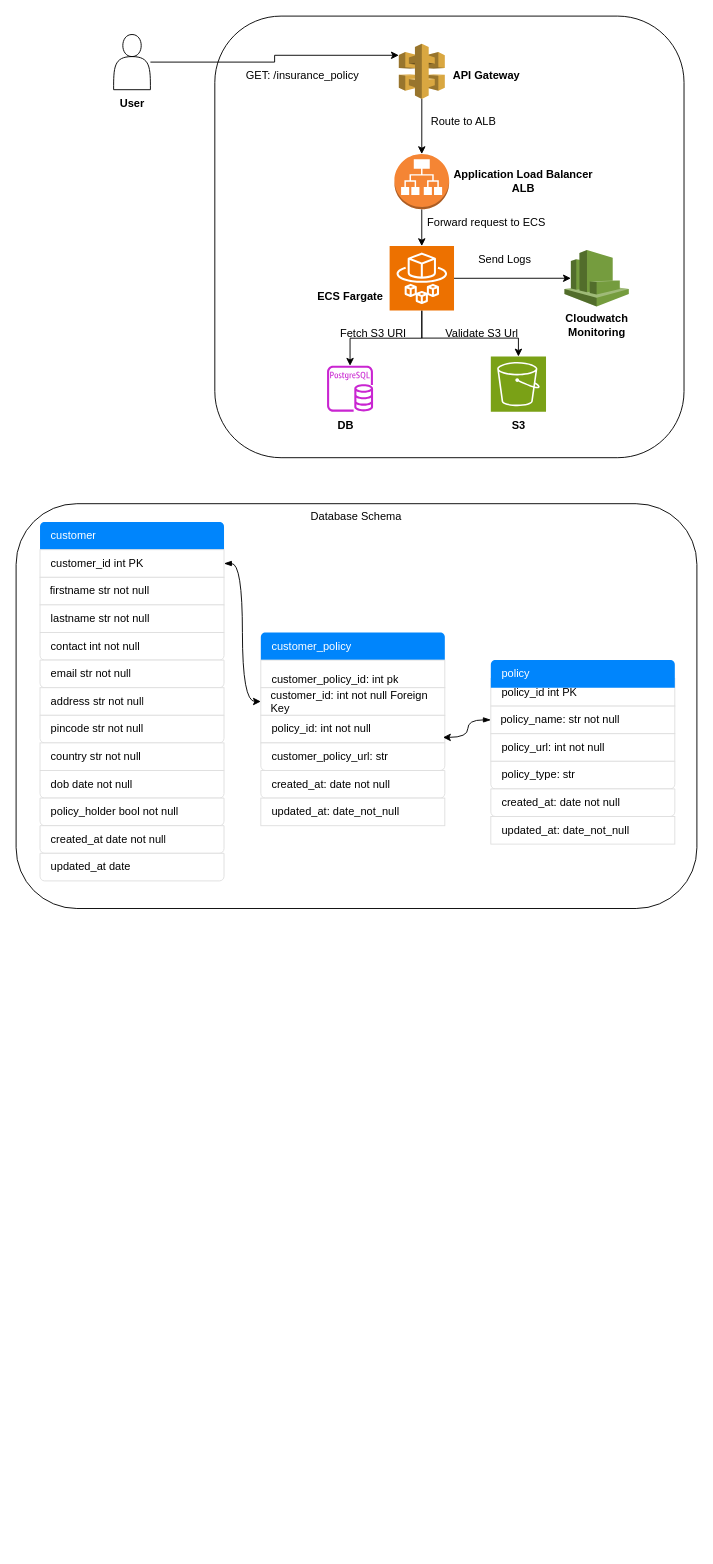
Earlier version of the draw.io diagram insurance-api.drawio (ashutoshkesarwani999/insurance-api). Source tidied: cells renumbered, new cells numbered last; positions are measured from the earlier drawing's top-left corner, leaving out a move shared by most shapes. Both pictures are drawn from the tidied source at 92%, with x=0, y=0 at pixel (16, 16).
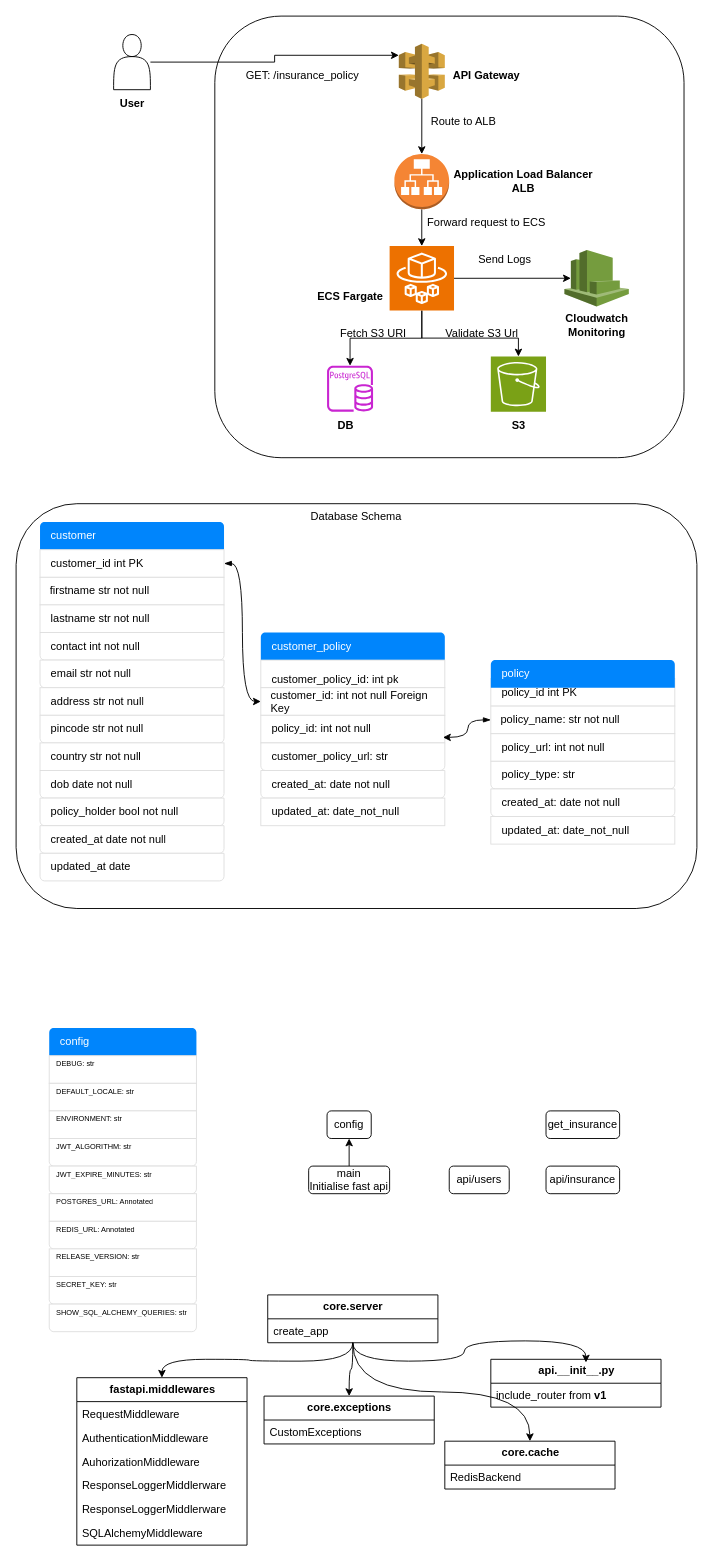
The same page after the edit.

Commit message:
docs: Added class Diagram

Diff of the diagram source:
```diff
@@
+    <mxCell id="62" style="swimlane;fontStyle=0;horizontal=1;startSize=0;whiteSpace=wrap;html=1;strokeColor=none;fillColor=none;spacing=1;fontSize=8;" parent="1" vertex="1">
+      <mxGeometry x="36" y="1100" width="160" height="330" as="geometry" />
+    </mxCell>
+    <mxCell id="63" value="config" style="text;strokeColor=none;fillColor=#0085FC;align=left;verticalAlign=middle;spacingLeft=10;spacingRight=10;overflow=hidden;whiteSpace=wrap;html=1;shape=mxgraph.bootstrap.topButton;rSize=5;fontColor=#ffffff;" parent="62" vertex="1">
+      <mxGeometry width="160" height="30" as="geometry" />
+    </mxCell>
+    <mxCell id="64" value="DEBUG: str" style="text;strokeColor=#DFDFDF;fillColor=#FFFFFF;align=left;verticalAlign=middle;spacingLeft=8;spacingRight=7;overflow=hidden;whiteSpace=wrap;html=1;rSize=5;fontColor=#000000;fontSize=8;spacing=0;spacingTop=-3;spacingBottom=9;" parent="62" vertex="1">
+      <mxGeometry y="30" width="160" height="30" as="geometry" />
+    </mxCell>
+    <mxCell id="65" value="DEFAULT_LOCALE: str" style="text;strokeColor=#DFDFDF;fillColor=#FFFFFF;align=left;verticalAlign=middle;spacingLeft=8;spacingRight=7;overflow=hidden;whiteSpace=wrap;html=1;rSize=5;fontColor=#000000;spacing=0;fontSize=8;spacingTop=-3;spacingBottom=9;" parent="62" vertex="1">
+      <mxGeometry y="60" width="160" height="30" as="geometry" />
+    </mxCell>
+    <mxCell id="66" value="ENVIRONMENT: str" style="text;strokeColor=#DFDFDF;fillColor=#FFFFFF;align=left;verticalAlign=middle;spacingLeft=8;spacingRight=7;overflow=hidden;whiteSpace=wrap;html=1;rSize=5;fontColor=#000000;fontSize=8;spacing=0;spacingTop=-3;spacingBottom=9;" parent="62" vertex="1">
+      <mxGeometry y="90" width="160" height="30" as="geometry" />
+    </mxCell>
+    <mxCell id="67" value="JWT_ALGORITHM: str" style="text;strokeColor=#DFDFDF;fillColor=#FFFFFF;align=left;verticalAlign=middle;spacingLeft=8;spacingRight=7;overflow=hidden;whiteSpace=wrap;html=1;shape=mxgraph.bootstrap.bottomButton;rSize=5;fontColor=#000000;fontSize=8;spacing=0;spacingTop=-3;spacingBottom=9;" parent="62" vertex="1">
+      <mxGeometry y="120" width="160" height="30" as="geometry" />
+    </mxCell>
+    <mxCell id="68" value="JWT_EXPIRE_MINUTES: str" style="text;strokeColor=#DFDFDF;fillColor=#FFFFFF;align=left;verticalAlign=middle;spacingLeft=8;spacingRight=7;overflow=hidden;whiteSpace=wrap;html=1;shape=mxgraph.bootstrap.bottomButton;rSize=5;fontColor=#000000;fontSize=8;spacing=0;spacingTop=-3;spacingBottom=9;" parent="62" vertex="1">
+      <mxGeometry y="150" width="160" height="30" as="geometry" />
+    </mxCell>
+    <mxCell id="69" value="POSTGRES_URL: Annotated" style="text;strokeColor=#DFDFDF;fillColor=#FFFFFF;align=left;verticalAlign=middle;spacingLeft=8;spacingRight=7;overflow=hidden;whiteSpace=wrap;html=1;rSize=5;fontColor=#000000;fontSize=8;spacing=0;spacingTop=-3;spacingBottom=9;" parent="62" vertex="1">
+      <mxGeometry y="180" width="160" height="30" as="geometry" />
+    </mxCell>
+    <mxCell id="70" value="REDIS_URL: Annotated" style="text;strokeColor=#DFDFDF;fillColor=#FFFFFF;align=left;verticalAlign=middle;spacingLeft=8;spacingRight=7;overflow=hidden;whiteSpace=wrap;html=1;shape=mxgraph.bootstrap.bottomButton;rSize=5;fontColor=#000000;fontSize=8;spacing=0;spacingTop=-3;spacingBottom=9;" parent="62" vertex="1">
+      <mxGeometry y="210" width="160" height="30" as="geometry" />
+    </mxCell>
+    <mxCell id="71" value="RELEASE_VERSION: str" style="text;strokeColor=#DFDFDF;fillColor=#FFFFFF;align=left;verticalAlign=middle;spacingLeft=8;spacingRight=7;overflow=hidden;whiteSpace=wrap;html=1;rSize=5;fontColor=#000000;fontSize=8;spacing=0;spacingTop=-3;spacingBottom=9;" parent="62" vertex="1">
+      <mxGeometry y="240" width="160" height="30" as="geometry" />
+    </mxCell>
+    <mxCell id="72" value="SECRET_KEY: str" style="text;strokeColor=#DFDFDF;fillColor=#FFFFFF;align=left;verticalAlign=middle;spacingLeft=8;spacingRight=7;overflow=hidden;whiteSpace=wrap;html=1;shape=mxgraph.bootstrap.bottomButton;rSize=5;fontColor=#000000;fontSize=8;spacing=0;spacingTop=-3;spacingBottom=9;" parent="62" vertex="1">
+      <mxGeometry y="270" width="160" height="30" as="geometry" />
+    </mxCell>
+    <mxCell id="73" value="SHOW_SQL_ALCHEMY_QUERIES: str" style="text;strokeColor=#DFDFDF;fillColor=#FFFFFF;align=left;verticalAlign=middle;spacingLeft=8;spacingRight=7;overflow=hidden;whiteSpace=wrap;html=1;shape=mxgraph.bootstrap.bottomButton;rSize=5;fontColor=#000000;fontSize=8;spacing=0;spacingTop=-3;spacingBottom=9;" parent="62" vertex="1">
+      <mxGeometry y="300" width="160" height="30" as="geometry" />
+    </mxCell>
+    <mxCell id="74" style="edgeStyle=orthogonalEdgeStyle;rounded=0;jettySize=auto;html=1;exitX=0.5;exitY=0;exitDx=0;exitDy=0;entryX=0.5;entryY=1;entryDx=0;entryDy=0;" parent="1" edge="1" source="75" target="76">
+      <mxGeometry relative="1" as="geometry" />
+    </mxCell>
+    <mxCell id="75" value="main&lt;br&gt;Initialise fast api" style="rounded=1;whiteSpace=wrap;html=1;" parent="1" vertex="1">
+      <mxGeometry x="318" y="1250" width="88" height="30" as="geometry" />
+    </mxCell>
+    <mxCell id="76" value="config" style="rounded=1;whiteSpace=wrap;html=1;" parent="1" vertex="1">
+      <mxGeometry x="338" y="1190" width="48" height="30" as="geometry" />
+    </mxCell>
+    <mxCell id="77" value="api/users" style="rounded=1;whiteSpace=wrap;html=1;" parent="1" vertex="1">
+      <mxGeometry x="470.8" y="1250" width="65.2" height="30" as="geometry" />
+    </mxCell>
+    <mxCell id="78" value="api/insurance" style="rounded=1;whiteSpace=wrap;html=1;" parent="1" vertex="1">
+      <mxGeometry x="576" y="1250" width="80" height="30" as="geometry" />
+    </mxCell>
+    <mxCell id="79" value="get_insurance" style="rounded=1;whiteSpace=wrap;html=1;" parent="1" vertex="1">
+      <mxGeometry x="576" y="1190" width="80" height="30" as="geometry" />
+    </mxCell>
+    <mxCell id="80" value="fastapi.middlewares" style="swimlane;fontStyle=1;horizontal=1;startSize=26;fillColor=none;html=1;" parent="1" vertex="1">
+      <mxGeometry x="66" y="1480" width="185" height="182" as="geometry" />
+    </mxCell>
+    <mxCell id="81" value="&lt;span style=&quot;text-align: center;&quot;&gt;RequestMiddleware&lt;/span&gt;" style="text;strokeColor=none;fillColor=none;align=left;verticalAlign=top;spacingLeft=4;spacingRight=4;overflow=hidden;whiteSpace=wrap;html=1;" parent="80" vertex="1">
+      <mxGeometry y="26" width="185" height="26" as="geometry" />
+    </mxCell>
+    <mxCell id="82" value="&lt;span style=&quot;text-align: center;&quot;&gt;AuthenticationMiddleware&lt;/span&gt;" style="text;strokeColor=none;fillColor=none;align=left;verticalAlign=top;spacingLeft=4;spacingRight=4;overflow=hidden;whiteSpace=wrap;html=1;" parent="80" vertex="1">
+      <mxGeometry y="52" width="185" height="26" as="geometry" />
+    </mxCell>
+    <mxCell id="83" value="&lt;span style=&quot;text-align: center;&quot;&gt;AuhorizationMiddleware&lt;/span&gt;" style="text;strokeColor=none;fillColor=none;align=left;verticalAlign=top;spacingLeft=4;spacingRight=4;overflow=hidden;whiteSpace=wrap;html=1;" parent="80" vertex="1">
+      <mxGeometry y="78" width="185" height="26" as="geometry" />
+    </mxCell>
+    <mxCell id="84" value="&lt;span style=&quot;text-align: center;&quot;&gt;ResponseLoggerMiddlerware&lt;/span&gt;" style="text;strokeColor=none;fillColor=none;align=left;verticalAlign=top;spacingLeft=4;spacingRight=4;overflow=hidden;whiteSpace=wrap;html=1;" parent="80" vertex="1">
+      <mxGeometry y="104" width="185" height="26" as="geometry" />
+    </mxCell>
+    <mxCell id="85" value="&lt;span style=&quot;text-align: center;&quot;&gt;ResponseLoggerMiddlerware&lt;/span&gt;" style="text;strokeColor=none;fillColor=none;align=left;verticalAlign=top;spacingLeft=4;spacingRight=4;overflow=hidden;whiteSpace=wrap;html=1;" parent="80" vertex="1">
+      <mxGeometry y="130" width="185" height="26" as="geometry" />
+    </mxCell>
+    <mxCell id="86" value="&lt;span style=&quot;text-align: center;&quot;&gt;SQLAlchemyMiddleware&lt;/span&gt;" style="text;strokeColor=none;fillColor=none;align=left;verticalAlign=top;spacingLeft=4;spacingRight=4;overflow=hidden;whiteSpace=wrap;html=1;" parent="80" vertex="1">
+      <mxGeometry y="156" width="185" height="26" as="geometry" />
+    </mxCell>
+    <mxCell id="87" value="core.cache" style="swimlane;fontStyle=1;horizontal=1;startSize=26;fillColor=none;html=1;" parent="1" vertex="1">
+      <mxGeometry x="466" y="1549" width="185" height="52" as="geometry" />
+    </mxCell>
+    <mxCell id="88" value="RedisBackend" style="text;strokeColor=none;fillColor=none;align=left;verticalAlign=top;spacingLeft=4;spacingRight=4;overflow=hidden;whiteSpace=wrap;html=1;" parent="87" vertex="1">
+      <mxGeometry y="26" width="185" height="26" as="geometry" />
+    </mxCell>
+    <mxCell id="89" value="core.exceptions" style="swimlane;fontStyle=1;horizontal=1;startSize=26;fillColor=none;html=1;" parent="1" vertex="1">
+      <mxGeometry x="269.5" y="1500" width="185" height="52" as="geometry" />
+    </mxCell>
+    <mxCell id="90" value="CustomExceptions" style="text;strokeColor=none;fillColor=none;align=left;verticalAlign=top;spacingLeft=4;spacingRight=4;overflow=hidden;whiteSpace=wrap;html=1;" parent="89" vertex="1">
+      <mxGeometry y="26" width="185" height="26" as="geometry" />
+    </mxCell>
+    <mxCell id="91" style="edgeStyle=orthogonalEdgeStyle;rounded=0;jettySize=auto;html=1;exitX=0.5;exitY=1;exitDx=0;exitDy=0;entryX=0.5;entryY=0;entryDx=0;entryDy=0;curved=1;" parent="1" edge="1" source="94" target="80">
+      <mxGeometry relative="1" as="geometry" />
+    </mxCell>
+    <mxCell id="92" style="edgeStyle=orthogonalEdgeStyle;rounded=0;jettySize=auto;html=1;exitX=0.5;exitY=1;exitDx=0;exitDy=0;entryX=0.5;entryY=0;entryDx=0;entryDy=0;curved=1;" parent="1" edge="1" source="94" target="89">
+      <mxGeometry relative="1" as="geometry" />
+    </mxCell>
+    <mxCell id="93" style="edgeStyle=orthogonalEdgeStyle;rounded=0;jettySize=auto;html=1;exitX=0.5;exitY=1;exitDx=0;exitDy=0;entryX=0.5;entryY=0;entryDx=0;entryDy=0;curved=1;" parent="1" edge="1" source="94" target="87">
+      <mxGeometry relative="1" as="geometry" />
+    </mxCell>
+    <mxCell id="94" value="core.server" style="swimlane;fontStyle=1;horizontal=1;startSize=26;fillColor=none;html=1;" parent="1" vertex="1">
+      <mxGeometry x="273.5" y="1390" width="185" height="52" as="geometry" />
+    </mxCell>
+    <mxCell id="95" value="create_app" style="text;strokeColor=none;fillColor=none;align=left;verticalAlign=top;spacingLeft=4;spacingRight=4;overflow=hidden;whiteSpace=wrap;html=1;" parent="94" vertex="1">
+      <mxGeometry y="26" width="185" height="26" as="geometry" />
+    </mxCell>
+    <mxCell id="96" value="api.__init__.py" style="swimlane;fontStyle=1;horizontal=1;startSize=26;fillColor=none;html=1;" parent="1" vertex="1">
+      <mxGeometry x="516" y="1460" width="185" height="52" as="geometry" />
+    </mxCell>
+    <mxCell id="97" value="include_router from &lt;b&gt;v1&lt;/b&gt;" style="text;strokeColor=none;fillColor=none;align=left;verticalAlign=top;spacingLeft=4;spacingRight=4;overflow=hidden;whiteSpace=wrap;html=1;" parent="96" vertex="1">
+      <mxGeometry y="26" width="185" height="26" as="geometry" />
+    </mxCell>
+    <mxCell id="98" style="edgeStyle=orthogonalEdgeStyle;rounded=0;jettySize=auto;html=1;exitX=0.5;exitY=1;exitDx=0;exitDy=0;entryX=0.559;entryY=0.067;entryDx=0;entryDy=0;entryPerimeter=0;curved=1;" parent="1" edge="1" source="94" target="96">
+      <mxGeometry relative="1" as="geometry" />
+    </mxCell>
```
